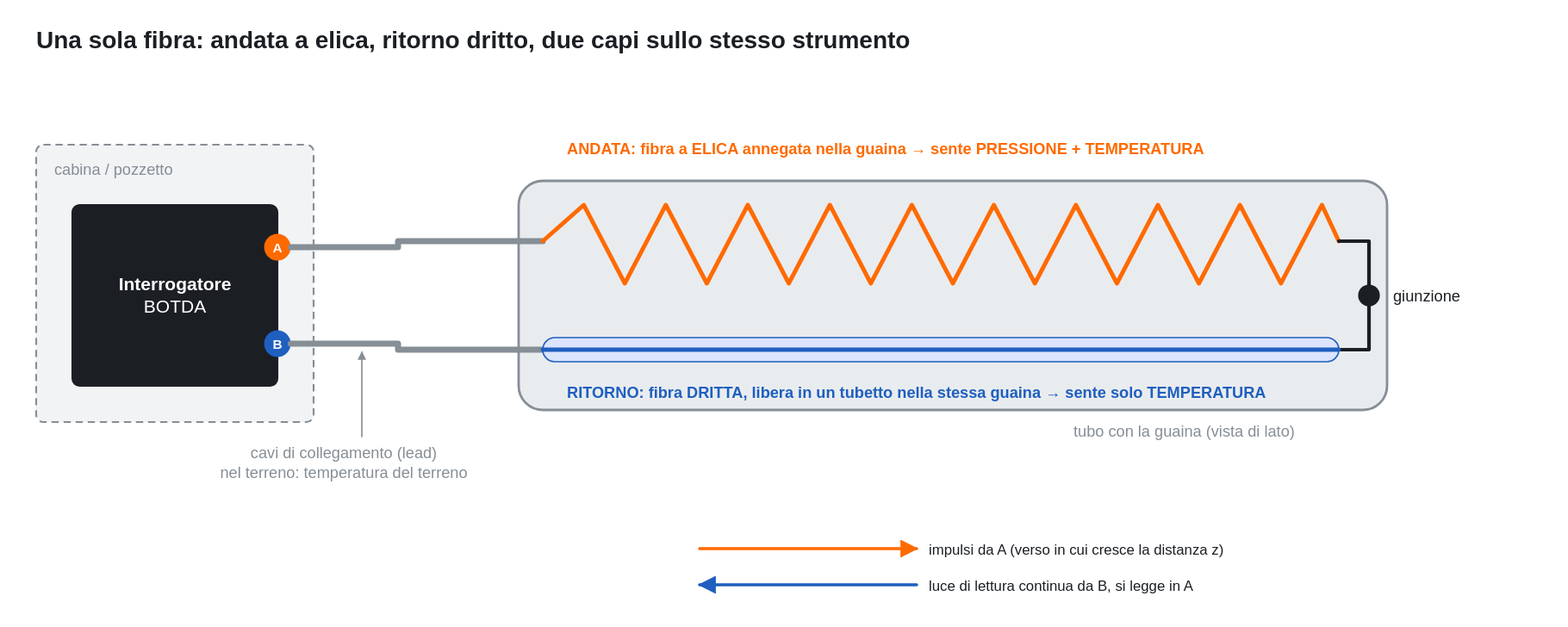
Earlier version of the draw.io export docs/img/posa_fibra.drawio.svg (fabriziogiuliano/WaterFiberSim). Source tidied: cells renumbered, new cells last; positions are measured from the earlier drawing's top-left corner, leaving out a move shared by most shapes.
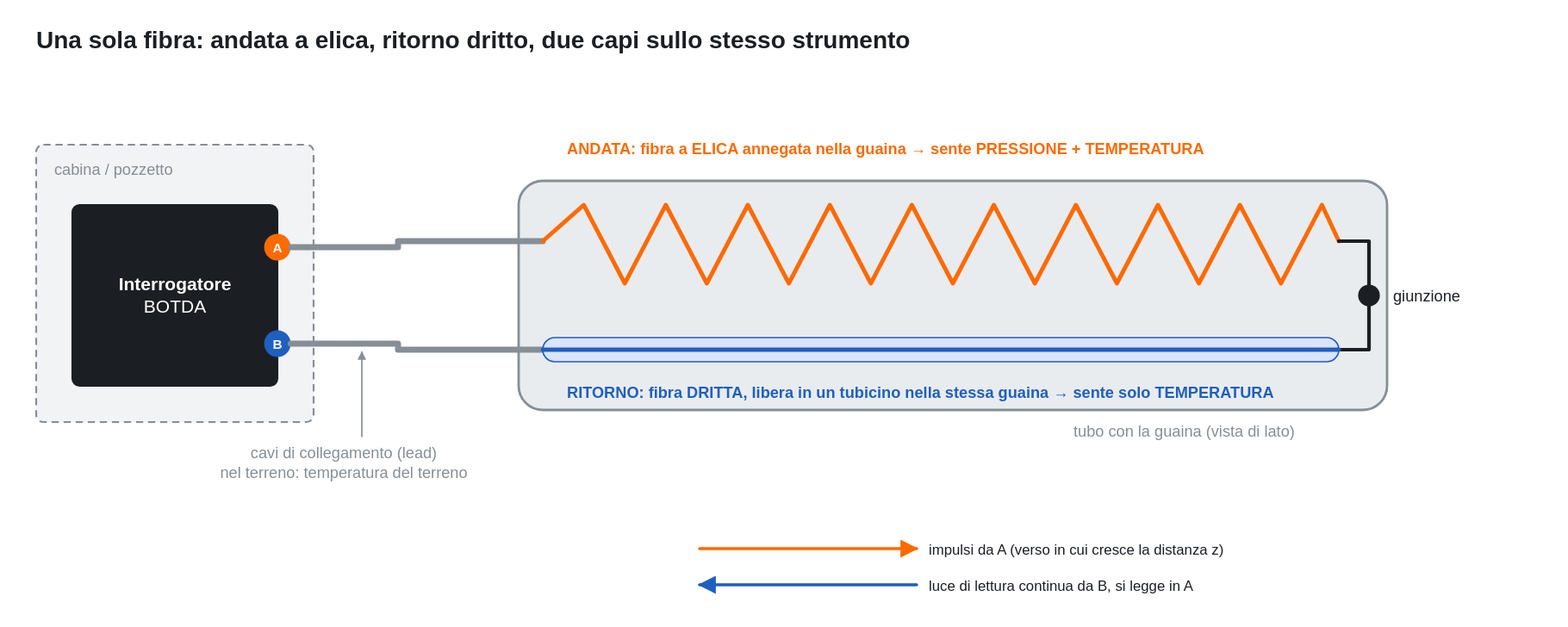
Later version of the same file.

The edit, as a diff of the source:
```diff
@@ -110,7 +110,7 @@
         <mxPoint x="420" y="270" as="targetPoint" />
       </mxGeometry>
     </mxCell>
-    <mxCell id="21" value="&lt;b&gt;RITORNO: fibra DRITTA, libera in un tubetto nella stessa guaina → sente solo TEMPERATURA&lt;/b&gt;" style="text;html=1;fontFamily=Helvetica;spacing=0;align=left;verticalAlign=top;fontSize=13;fontColor=#1f5fbf;whiteSpace=wrap;" parent="1" vertex="1">
+    <mxCell id="21" value="&lt;b&gt;RITORNO: fibra DRITTA, libera in un tubicino nella stessa guaina → sente solo TEMPERATURA&lt;/b&gt;" style="text;html=1;fontFamily=Helvetica;spacing=0;align=left;verticalAlign=top;fontSize=13;fontColor=#1f5fbf;whiteSpace=wrap;" parent="1" vertex="1">
       <mxGeometry x="440" y="297" width="720" height="20.2" as="geometry" />
     </mxCell>
     <mxCell id="22" style="endArrow=block;startArrow=none;html=1;rounded=0;strokeColor=#ff6a00;strokeWidth=2.5;" parent="1" edge="1">
```
